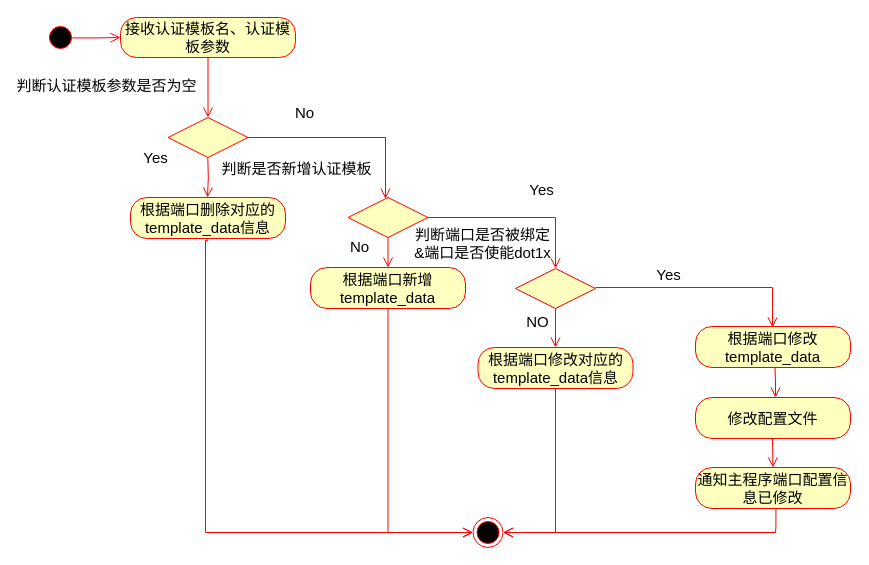
This is 数据同步模块启动活动图.drawio from PATORITU/PATORITU, a draw.io file, before an edit. Source tidied: cells renumbered, new cells numbered last; positions are measured from the earlier drawing's top-left corner, leaving out a move shared by most shapes. Both pictures are drawn from the tidied source at 100%, with x=0, y=0 at pixel (45, 17).
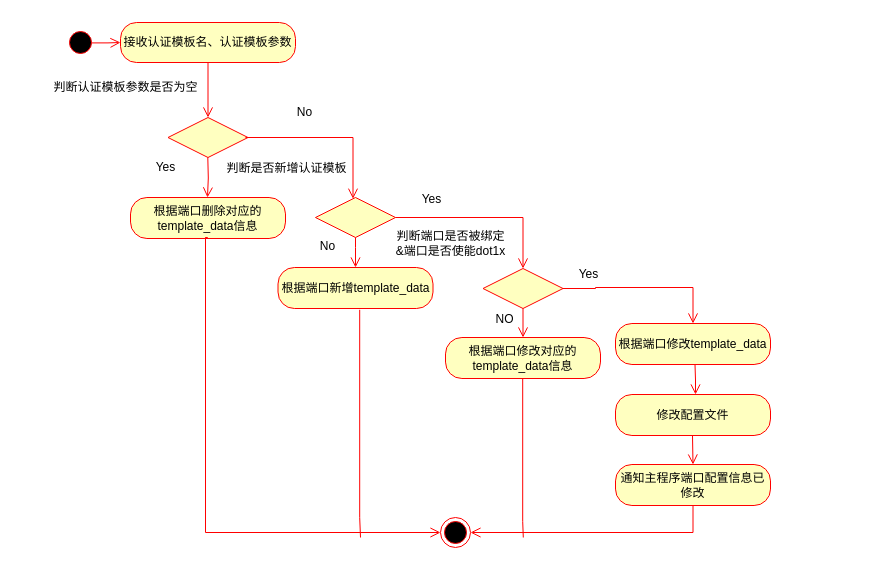
The same page after the edit.

Commit message:
更新数据同步模块启动活动图.drawio

Diff of the diagram source:
```diff
@@
+    <mxCell id="35" style="edgeStyle=orthogonalEdgeStyle;html=1;verticalAlign=bottom;endArrow=none;endSize=8;strokeColor=#ff0000;rounded=0;fontSize=12;fontFamily=宋体;endFill=0;" parent="1" edge="1">
+      <mxGeometry relative="1" as="geometry">
+        <mxPoint x="477.2" y="361" as="sourcePoint" />
+        <mxPoint x="477.8" y="520" as="targetPoint" />
+        <Array as="points">
+          <mxPoint x="477.2" y="504" />
+        </Array>
+      </mxGeometry>
+    </mxCell>
+    <mxCell id="36" style="edgeStyle=orthogonalEdgeStyle;html=1;verticalAlign=bottom;endArrow=open;endSize=8;strokeColor=#ff0000;rounded=0;fontSize=12;fontFamily=宋体;exitX=0.5;exitY=1;exitDx=0;exitDy=0;entryX=1;entryY=0.5;entryDx=0;entryDy=0;" parent="1" edge="1" source="29" target="12">
+      <mxGeometry relative="1" as="geometry">
+        <Array as="points">
+          <mxPoint x="648" y="515" />
+        </Array>
+      </mxGeometry>
+    </mxCell>
-    <mxCell id="2" style="ellipse;html=1;shape=startState;fillColor=#000000;strokeColor=#ff0000;fontSize=15;" parent="1" vertex="1">
-      <mxGeometry y="5" width="30" height="30" as="geometry" />
+    <mxCell id="2" style="ellipse;html=1;shape=startState;fillColor=#000000;strokeColor=#ff0000;fontSize=12;fontFamily=宋体;" parent="1" vertex="1">
+      <mxGeometry x="20" y="10" width="30" height="30" as="geometry" />
     </mxCell>
-    <mxCell id="3" style="edgeStyle=orthogonalEdgeStyle;html=1;verticalAlign=bottom;endArrow=open;endSize=8;strokeColor=#ff0000;rounded=0;entryX=0;entryY=0.5;entryDx=0;entryDy=0;exitX=0.858;exitY=0.514;exitDx=0;exitDy=0;exitPerimeter=0;fontSize=15;" parent="1" edge="1" source="2" target="4">
+    <mxCell id="3" style="edgeStyle=orthogonalEdgeStyle;html=1;verticalAlign=bottom;endArrow=open;endSize=8;strokeColor=#ff0000;rounded=0;entryX=0;entryY=0.5;entryDx=0;entryDy=0;exitX=0.858;exitY=0.514;exitDx=0;exitDy=0;exitPerimeter=0;fontSize=12;fontFamily=宋体;" parent="1" edge="1" source="2" target="4">
       <mxGeometry relative="1" as="geometry" />
     </mxCell>
-    <mxCell id="4" value="接收认证模板名、认证模板参数" style="rounded=1;whiteSpace=wrap;html=1;arcSize=40;fontColor=#000000;fillColor=#ffffc0;strokeColor=#ff0000;fontSize=15;" parent="1" vertex="1">
-      <mxGeometry x="75" width="175" height="40" as="geometry" />
+    <mxCell id="4" value="接收认证模板名、认证模板参数" style="rounded=1;whiteSpace=wrap;html=1;arcSize=40;fontColor=#000000;fillColor=#ffffc0;strokeColor=#ff0000;fontSize=12;fontFamily=宋体;" parent="1" vertex="1">
+      <mxGeometry x="75" y="5" width="175" height="40" as="geometry" />
     </mxCell>
-    <mxCell id="5" style="edgeStyle=orthogonalEdgeStyle;html=1;verticalAlign=bottom;endArrow=open;endSize=8;strokeColor=#ff0000;rounded=0;fontSize=15;entryX=0.5;entryY=0;entryDx=0;entryDy=0;" parent="1" edge="1" source="4" target="8">
+    <mxCell id="5" style="edgeStyle=orthogonalEdgeStyle;html=1;verticalAlign=bottom;endArrow=open;endSize=8;strokeColor=#ff0000;rounded=0;fontSize=12;entryX=0.5;entryY=0;entryDx=0;entryDy=0;fontFamily=宋体;" parent="1" edge="1" source="4" target="8">
       <mxGeometry relative="1" as="geometry" />
     </mxCell>
-    <mxCell id="6" value="根据端口删除对应的template_data信息" style="rounded=1;whiteSpace=wrap;html=1;arcSize=40;fontColor=#000000;fillColor=#ffffc0;strokeColor=#ff0000;fontSize=15;" parent="1" vertex="1">
+    <mxCell id="6" value="根据端口删除对应的template_data信息" style="rounded=1;whiteSpace=wrap;html=1;arcSize=40;fontColor=#000000;fillColor=#ffffc0;strokeColor=#ff0000;fontSize=12;fontFamily=宋体;" parent="1" vertex="1">
       <mxGeometry x="85" y="180" width="155" height="41" as="geometry" />
     </mxCell>
-    <mxCell id="7" style="edgeStyle=orthogonalEdgeStyle;html=1;verticalAlign=bottom;endArrow=open;endSize=8;strokeColor=#ff0000;rounded=0;exitX=0.5;exitY=1;exitDx=0;exitDy=0;entryX=0;entryY=0.5;entryDx=0;entryDy=0;fontSize=15;" parent="1" edge="1" target="12">
+    <mxCell id="7" style="edgeStyle=orthogonalEdgeStyle;html=1;verticalAlign=bottom;endArrow=open;endSize=8;strokeColor=#ff0000;rounded=0;entryX=0;entryY=0.5;entryDx=0;entryDy=0;fontSize=12;fontFamily=宋体;" parent="1" edge="1" target="12">
       <mxGeometry relative="1" as="geometry">
-        <mxPoint x="162" y="222" as="sourcePoint" />
+        <mxPoint x="160" y="220" as="sourcePoint" />
         <Array as="points">
-          <mxPoint x="162" y="223" />
-          <mxPoint x="160" y="223" />
-          <mxPoint x="160" y="515" />
+          <mxPoint x="162" y="220" />
+          <mxPoint x="160" y="220" />
+          <mxPoint x="160" y="503" />
         </Array>
       </mxGeometry>
     </mxCell>
-    <mxCell id="8" style="rhombus;whiteSpace=wrap;html=1;fontColor=#000000;fillColor=#ffffc0;strokeColor=#ff0000;fontSize=15;" parent="1" vertex="1">
+    <mxCell id="8" style="rhombus;whiteSpace=wrap;html=1;fontColor=#000000;fillColor=#ffffc0;strokeColor=#ff0000;fontSize=12;fontFamily=宋体;" parent="1" vertex="1">
       <mxGeometry x="122.5" y="100" width="80" height="40" as="geometry" />
     </mxCell>
-    <mxCell id="9" style="edgeStyle=orthogonalEdgeStyle;html=1;verticalAlign=bottom;endArrow=open;endSize=8;strokeColor=#ff0000;rounded=0;exitX=0.5;exitY=1;exitDx=0;exitDy=0;fontSize=15;" parent="1" edge="1">
+    <mxCell id="9" style="edgeStyle=orthogonalEdgeStyle;html=1;verticalAlign=bottom;endArrow=open;endSize=8;strokeColor=#ff0000;rounded=0;exitX=0.5;exitY=1;exitDx=0;exitDy=0;fontSize=12;fontFamily=宋体;" parent="1" edge="1">
       <mxGeometry relative="1" as="geometry">
         <mxPoint x="162.3" y="140" as="sourcePoint" />
         <mxPoint x="162" y="180" as="targetPoint" />
       </mxGeometry>
     </mxCell>
-    <mxCell id="10" value="判断认证模板参数是否为空" style="edgeLabel;html=1;align=center;verticalAlign=middle;fontSize=15;" parent="9" vertex="1">
+    <mxCell id="10" value="判断认证模板参数是否为空" style="edgeLabel;html=1;align=center;verticalAlign=middle;fontSize=12;fontFamily=宋体;" parent="9" vertex="1">
       <mxGeometry x="-0.16" y="2" relative="1" as="geometry">
-        <mxPoint x="-104" y="-89" as="offset" />
+        <mxPoint x="-85" y="-87" as="offset" />
       </mxGeometry>
     </mxCell>
-    <mxCell id="11" value="Yes" style="edgeLabel;html=1;align=center;verticalAlign=middle;fontSize=15;" parent="9" vertex="1">
+    <mxCell id="11" value="Yes" style="edgeLabel;html=1;align=center;verticalAlign=middle;fontSize=12;fontFamily=宋体;" parent="9" vertex="1">
       <mxGeometry x="-0.04" relative="1" as="geometry">
-        <mxPoint x="-53" y="-19" as="offset" />
+        <mxPoint x="-43" y="-9" as="offset" />
       </mxGeometry>
     </mxCell>
-    <mxCell id="12" style="ellipse;html=1;shape=endState;fillColor=#000000;strokeColor=#ff0000;fontSize=15;" parent="1" vertex="1">
-      <mxGeometry x="427.5" y="500" width="30" height="30" as="geometry" />
+    <mxCell id="12" style="ellipse;html=1;shape=endState;fillColor=#000000;strokeColor=#ff0000;fontSize=12;fontFamily=宋体;" parent="1" vertex="1">
+      <mxGeometry x="395" y="500" width="30" height="30" as="geometry" />
     </mxCell>
-    <mxCell id="13" style="rhombus;whiteSpace=wrap;html=1;fontColor=#000000;fillColor=#ffffc0;strokeColor=#ff0000;fontSize=15;" parent="1" vertex="1">
-      <mxGeometry x="302.5" y="180" width="80" height="40" as="geometry" />
+    <mxCell id="13" style="rhombus;whiteSpace=wrap;html=1;fontColor=#000000;fillColor=#ffffc0;strokeColor=#ff0000;fontSize=12;fontFamily=宋体;" parent="1" vertex="1">
+      <mxGeometry x="270" y="180" width="80" height="40" as="geometry" />
     </mxCell>
-    <mxCell id="14" style="edgeStyle=orthogonalEdgeStyle;html=1;verticalAlign=bottom;endArrow=open;endSize=8;strokeColor=#ff0000;rounded=0;exitX=1;exitY=0.5;exitDx=0;exitDy=0;fontSize=15;" parent="1" edge="1" source="8" target="13">
+    <mxCell id="14" style="edgeStyle=orthogonalEdgeStyle;html=1;verticalAlign=bottom;endArrow=open;endSize=8;strokeColor=#ff0000;rounded=0;fontSize=12;fontFamily=宋体;" parent="1" edge="1" target="13">
       <mxGeometry relative="1" as="geometry">
+        <mxPoint x="200" y="120" as="sourcePoint" />
         <Array as="points">
-          <mxPoint x="340" y="120" />
+          <mxPoint x="307.5" y="120" />
         </Array>
       </mxGeometry>
     </mxCell>
-    <mxCell id="15" value="No" style="edgeLabel;html=1;align=center;verticalAlign=middle;fontSize=15;" parent="1" vertex="1">
+    <mxCell id="15" value="No" style="edgeLabel;html=1;align=center;verticalAlign=middle;fontSize=12;fontFamily=宋体;" parent="1" vertex="1">
       <mxGeometry x="270" y="90" as="geometry">
         <mxPoint x="-12" y="4" as="offset" />
       </mxGeometry>
     </mxCell>
-    <mxCell id="16" value="判断是否新增认证模板" style="edgeLabel;html=1;align=center;verticalAlign=middle;fontSize=15;" parent="1" vertex="1">
-      <mxGeometry x="250" y="150" as="geometry" />
+    <mxCell id="16" value="判断是否新增认证模板" style="edgeLabel;html=1;align=center;verticalAlign=middle;fontSize=12;fontFamily=宋体;" parent="1" vertex="1">
+      <mxGeometry x="240" y="150" as="geometry" />
     </mxCell>
-    <mxCell id="17" style="edgeStyle=orthogonalEdgeStyle;html=1;verticalAlign=bottom;endArrow=open;endSize=8;strokeColor=#ff0000;rounded=0;exitX=1;exitY=0.5;exitDx=0;exitDy=0;fontSize=15;entryX=0.5;entryY=0;entryDx=0;entryDy=0;" parent="1" edge="1" target="18">
+    <mxCell id="17" style="edgeStyle=orthogonalEdgeStyle;html=1;verticalAlign=bottom;endArrow=open;endSize=8;strokeColor=#ff0000;rounded=0;exitX=1;exitY=0.5;exitDx=0;exitDy=0;fontSize=12;entryX=0.5;entryY=0;entryDx=0;entryDy=0;fontFamily=宋体;" parent="1" edge="1" target="18">
       <mxGeometry relative="1" as="geometry">
-        <mxPoint x="382.5" y="200" as="sourcePoint" />
+        <mxPoint x="350" y="200" as="sourcePoint" />
         <Array as="points">
-          <mxPoint x="510" y="200" />
+          <mxPoint x="477.5" y="200" />
         </Array>
       </mxGeometry>
     </mxCell>
-    <mxCell id="18" style="rhombus;whiteSpace=wrap;html=1;fontColor=#000000;fillColor=#ffffc0;strokeColor=#ff0000;fontSize=15;" parent="1" vertex="1">
-      <mxGeometry x="470" y="251" width="80" height="40" as="geometry" />
+    <mxCell id="18" style="rhombus;whiteSpace=wrap;html=1;fontColor=#000000;fillColor=#ffffc0;strokeColor=#ff0000;fontSize=12;fontFamily=宋体;" parent="1" vertex="1">
+      <mxGeometry x="437.5" y="251" width="80" height="40" as="geometry" />
     </mxCell>
-    <mxCell id="19" value="Yes" style="edgeLabel;html=1;align=center;verticalAlign=middle;fontSize=15;" parent="1" vertex="1">
-      <mxGeometry x="497.5" y="150" as="geometry">
+    <mxCell id="19" value="Yes" style="edgeLabel;html=1;align=center;verticalAlign=middle;fontSize=12;fontFamily=宋体;" parent="1" vertex="1">
+      <mxGeometry x="387" y="160" as="geometry">
         <mxPoint x="-2" y="21" as="offset" />
       </mxGeometry>
     </mxCell>
-    <mxCell id="20" value="判断端口是否被绑定&lt;br style=&quot;font-size: 15px;&quot;&gt;&amp;amp;端口是否使能dot1x" style="edgeLabel;html=1;align=center;verticalAlign=middle;fontSize=15;" parent="1" vertex="1">
-      <mxGeometry x="442.5" y="221" as="geometry">
+    <mxCell id="20" value="判断端口是否被绑定&lt;br style=&quot;font-size: 12px;&quot;&gt;&amp;amp;端口是否使能dot1x" style="edgeLabel;html=1;align=center;verticalAlign=middle;fontSize=12;fontFamily=宋体;" parent="1" vertex="1">
+      <mxGeometry x="410" y="221" as="geometry">
         <mxPoint x="-6" y="4" as="offset" />
       </mxGeometry>
     </mxCell>
-    <mxCell id="21" style="edgeStyle=orthogonalEdgeStyle;html=1;verticalAlign=bottom;endArrow=open;endSize=8;strokeColor=#ff0000;rounded=0;exitX=1;exitY=0.5;exitDx=0;exitDy=0;fontSize=15;" parent="1" edge="1">
+    <mxCell id="21" style="edgeStyle=orthogonalEdgeStyle;html=1;verticalAlign=bottom;endArrow=open;endSize=8;strokeColor=#ff0000;rounded=0;exitX=1;exitY=0.5;exitDx=0;exitDy=0;fontSize=12;fontFamily=宋体;" parent="1" edge="1" source="18" target="22">
       <mxGeometry relative="1" as="geometry">
-        <mxPoint x="550" y="270" as="sourcePoint" />
-        <mxPoint x="727" y="310" as="targetPoint" />
         <Array as="points">
-          <mxPoint x="727" y="270" />
+          <mxPoint x="550" y="271" />
+          <mxPoint x="648" y="270" />
         </Array>
       </mxGeometry>
     </mxCell>
-    <mxCell id="22" value="根据端口修改template_data" style="rounded=1;whiteSpace=wrap;html=1;arcSize=40;fontColor=#000000;fillColor=#ffffc0;strokeColor=#ff0000;fontSize=15;" parent="1" vertex="1">
-      <mxGeometry x="650" y="309" width="155" height="41" as="geometry" />
+    <mxCell id="22" value="根据端口修改template_data" style="rounded=1;whiteSpace=wrap;html=1;arcSize=40;fontColor=#000000;fillColor=#ffffc0;strokeColor=#ff0000;fontSize=12;fontFamily=宋体;" parent="1" vertex="1">
+      <mxGeometry x="570" y="306" width="155" height="41" as="geometry" />
     </mxCell>
-    <mxCell id="23" value="根据端口修改对应的template_data信息" style="rounded=1;whiteSpace=wrap;html=1;arcSize=40;fontColor=#000000;fillColor=#ffffc0;strokeColor=#ff0000;fontSize=15;" parent="1" vertex="1">
-      <mxGeometry x="432.5" y="330" width="155" height="41" as="geometry" />
+    <mxCell id="23" value="根据端口修改对应的template_data信息" style="rounded=1;whiteSpace=wrap;html=1;arcSize=40;fontColor=#000000;fillColor=#ffffc0;strokeColor=#ff0000;fontSize=12;fontFamily=宋体;" parent="1" vertex="1">
+      <mxGeometry x="400" y="320" width="155" height="41" as="geometry" />
     </mxCell>
-    <mxCell id="24" style="edgeStyle=orthogonalEdgeStyle;html=1;verticalAlign=bottom;endArrow=open;endSize=8;strokeColor=#ff0000;rounded=0;exitX=0.5;exitY=1;exitDx=0;exitDy=0;fontSize=15;entryX=0.5;entryY=0;entryDx=0;entryDy=0;" parent="1" edge="1" source="18" target="23">
+    <mxCell id="24" style="edgeStyle=orthogonalEdgeStyle;html=1;verticalAlign=bottom;endArrow=open;endSize=8;strokeColor=#ff0000;rounded=0;exitX=0.5;exitY=1;exitDx=0;exitDy=0;fontSize=12;entryX=0.5;entryY=0;entryDx=0;entryDy=0;fontFamily=宋体;" parent="1" edge="1" source="18" target="23">
       <mxGeometry relative="1" as="geometry" />
     </mxCell>
-    <mxCell id="25" value="NO" style="edgeLabel;html=1;align=center;verticalAlign=middle;fontSize=15;" parent="24" vertex="1">
+    <mxCell id="25" value="NO" style="edgeLabel;html=1;align=center;verticalAlign=middle;fontSize=12;fontFamily=宋体;" parent="24" vertex="1">
       <mxGeometry x="-0.48" y="-2" relative="1" as="geometry">
         <mxPoint x="-17" y="2" as="offset" />
       </mxGeometry>
     </mxCell>
-    <mxCell id="26" value="Yes" style="edgeLabel;html=1;align=center;verticalAlign=middle;fontSize=15;" parent="1" vertex="1">
-      <mxGeometry x="620" y="190" as="geometry">
+    <mxCell id="26" value="Yes" style="edgeLabel;html=1;align=center;verticalAlign=middle;fontSize=12;fontFamily=宋体;" parent="1" vertex="1">
+      <mxGeometry x="540" y="190" as="geometry">
         <mxPoint x="2" y="66" as="offset" />
       </mxGeometry>
     </mxCell>
-    <mxCell id="27" value="修改配置文件" style="rounded=1;whiteSpace=wrap;html=1;arcSize=40;fontColor=#000000;fillColor=#ffffc0;strokeColor=#ff0000;fontSize=15;" parent="1" vertex="1">
-      <mxGeometry x="650" y="380" width="155" height="41" as="geometry" />
+    <mxCell id="27" value="修改配置文件" style="rounded=1;whiteSpace=wrap;html=1;arcSize=40;fontColor=#000000;fillColor=#ffffc0;strokeColor=#ff0000;fontSize=12;fontFamily=宋体;" parent="1" vertex="1">
+      <mxGeometry x="570" y="377" width="155" height="41" as="geometry" />
     </mxCell>
-    <mxCell id="28" style="edgeStyle=orthogonalEdgeStyle;html=1;verticalAlign=bottom;endArrow=open;endSize=8;strokeColor=#ff0000;rounded=0;exitX=0.5;exitY=1;exitDx=0;exitDy=0;fontSize=15;" parent="1" edge="1">
+    <mxCell id="28" style="edgeStyle=orthogonalEdgeStyle;html=1;verticalAlign=bottom;endArrow=open;endSize=8;strokeColor=#ff0000;rounded=0;exitX=0.5;exitY=1;exitDx=0;exitDy=0;fontSize=12;fontFamily=宋体;" parent="1" edge="1">
       <mxGeometry relative="1" as="geometry">
-        <mxPoint x="729.5" y="350" as="sourcePoint" />
-        <mxPoint x="730" y="380" as="targetPoint" />
+        <mxPoint x="649.5" y="347" as="sourcePoint" />
+        <mxPoint x="650" y="377" as="targetPoint" />
       </mxGeometry>
     </mxCell>
-    <mxCell id="29" value="通知主程序端口配置信息已修改" style="rounded=1;whiteSpace=wrap;html=1;arcSize=40;fontColor=#000000;fillColor=#ffffc0;strokeColor=#ff0000;fontSize=15;" parent="1" vertex="1">
-      <mxGeometry x="650" y="450" width="155" height="41" as="geometry" />
+    <mxCell id="29" value="通知主程序端口配置信息已修改" style="rounded=1;whiteSpace=wrap;html=1;arcSize=40;fontColor=#000000;fillColor=#ffffc0;strokeColor=#ff0000;fontSize=12;fontFamily=宋体;" parent="1" vertex="1">
+      <mxGeometry x="570" y="447" width="155" height="41" as="geometry" />
     </mxCell>
-    <mxCell id="30" style="edgeStyle=orthogonalEdgeStyle;html=1;verticalAlign=bottom;endArrow=open;endSize=8;strokeColor=#ff0000;rounded=0;exitX=0.5;exitY=1;exitDx=0;exitDy=0;fontSize=15;" parent="1" edge="1" source="13" target="32">
+    <mxCell id="30" style="edgeStyle=orthogonalEdgeStyle;html=1;verticalAlign=bottom;endArrow=open;endSize=8;strokeColor=#ff0000;rounded=0;exitX=0.5;exitY=1;exitDx=0;exitDy=0;fontSize=12;fontFamily=宋体;" parent="1" edge="1" source="13" target="32">
       <mxGeometry relative="1" as="geometry">
         <Array as="points">
-          <mxPoint x="343" y="230" />
-          <mxPoint x="343" y="230" />
+          <mxPoint x="310.5" y="230" />
+          <mxPoint x="310.5" y="230" />
         </Array>
       </mxGeometry>
     </mxCell>
-    <mxCell id="31" value="No" style="edgeLabel;html=1;align=center;verticalAlign=middle;fontSize=15;" parent="30" vertex="1">
+    <mxCell id="31" value="No" style="edgeLabel;html=1;align=center;verticalAlign=middle;fontSize=12;fontFamily=宋体;" parent="30" vertex="1">
       <mxGeometry x="-0.44" y="-2" relative="1" as="geometry">
         <mxPoint x="-27" as="offset" />
       </mxGeometry>
     </mxCell>
-    <mxCell id="32" value="根据端口新增template_data" style="rounded=1;whiteSpace=wrap;html=1;arcSize=40;fontColor=#000000;fillColor=#ffffc0;strokeColor=#ff0000;fontSize=15;" parent="1" vertex="1">
-      <mxGeometry x="265" y="250" width="155" height="41" as="geometry" />
+    <mxCell id="32" value="根据端口新增template_data" style="rounded=1;whiteSpace=wrap;html=1;arcSize=40;fontColor=#000000;fillColor=#ffffc0;strokeColor=#ff0000;fontSize=12;fontFamily=宋体;" parent="1" vertex="1">
+      <mxGeometry x="232.5" y="250" width="155" height="41" as="geometry" />
     </mxCell>
-    <mxCell id="33" style="edgeStyle=orthogonalEdgeStyle;html=1;verticalAlign=bottom;endArrow=open;endSize=8;strokeColor=#ff0000;rounded=0;exitX=0.5;exitY=1;exitDx=0;exitDy=0;fontSize=15;entryX=0.5;entryY=0;entryDx=0;entryDy=0;" parent="1" edge="1" target="29">
+    <mxCell id="33" style="edgeStyle=orthogonalEdgeStyle;html=1;verticalAlign=bottom;endArrow=open;endSize=8;strokeColor=#ff0000;rounded=0;exitX=0.5;exitY=1;exitDx=0;exitDy=0;fontSize=12;entryX=0.5;entryY=0;entryDx=0;entryDy=0;fontFamily=宋体;" parent="1" edge="1" target="29">
       <mxGeometry relative="1" as="geometry">
-        <mxPoint x="727" y="421" as="sourcePoint" />
+        <mxPoint x="647" y="418" as="sourcePoint" />
       </mxGeometry>
     </mxCell>
-    <mxCell id="34" style="edgeStyle=orthogonalEdgeStyle;html=1;verticalAlign=bottom;endArrow=open;endSize=8;strokeColor=#ff0000;rounded=0;exitX=0.5;exitY=1;exitDx=0;exitDy=0;fontSize=15;entryX=0;entryY=0.5;entryDx=0;entryDy=0;" parent="1" edge="1" source="32" target="12">
+    <mxCell id="34" style="edgeStyle=orthogonalEdgeStyle;html=1;verticalAlign=bottom;endArrow=none;endSize=8;strokeColor=#ff0000;rounded=0;exitX=0.527;exitY=1.032;exitDx=0;exitDy=0;fontSize=12;fontFamily=宋体;endFill=0;exitPerimeter=0;" parent="1" edge="1" source="32">
       <mxGeometry relative="1" as="geometry">
+        <mxPoint x="315" y="520" as="targetPoint" />
         <Array as="points">
-          <mxPoint x="342" y="515" />
+          <mxPoint x="314" y="500" />
+          <mxPoint x="315" y="500" />
         </Array>
       </mxGeometry>
     </mxCell>
-    <mxCell id="35" style="edgeStyle=orthogonalEdgeStyle;html=1;verticalAlign=bottom;endArrow=open;endSize=8;strokeColor=#ff0000;rounded=0;exitX=0.5;exitY=1;exitDx=0;exitDy=0;fontSize=15;entryX=1;entryY=0.5;entryDx=0;entryDy=0;" parent="1" edge="1" source="23" target="12">
-      <mxGeometry relative="1" as="geometry">
-        <Array as="points">
-          <mxPoint x="510" y="515" />
-        </Array>
-      </mxGeometry>
-    </mxCell>
-    <mxCell id="36" style="edgeStyle=orthogonalEdgeStyle;html=1;verticalAlign=bottom;endArrow=open;endSize=8;strokeColor=#ff0000;rounded=0;exitX=0.519;exitY=0.994;exitDx=0;exitDy=0;fontSize=15;entryX=1;entryY=0.5;entryDx=0;entryDy=0;exitPerimeter=0;" parent="1" edge="1" source="29" target="12">
-      <mxGeometry relative="1" as="geometry">
-        <Array as="points">
-          <mxPoint x="731" y="510" />
-          <mxPoint x="730" y="510" />
-          <mxPoint x="730" y="515" />
-        </Array>
-      </mxGeometry>
-    </mxCell>
```
